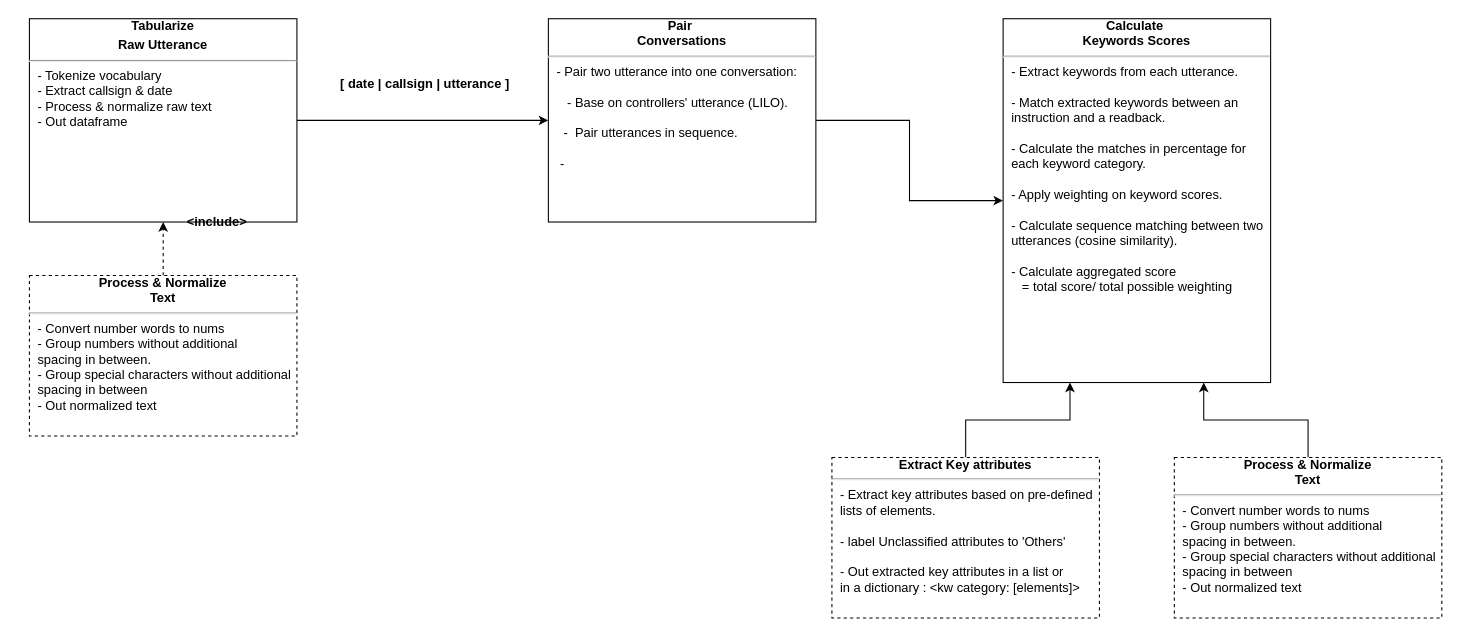
This is Untitled Diagram.drawio from xiaochen93/xiaochen93, a draw.io file, before an edit. Source tidied: cells renumbered, new cells numbered last; positions are measured from the earlier drawing's top-left corner, leaving out a move shared by most shapes. Both pictures are drawn from the tidied source at 107%, with x=0, y=0 at pixel (29, 18).
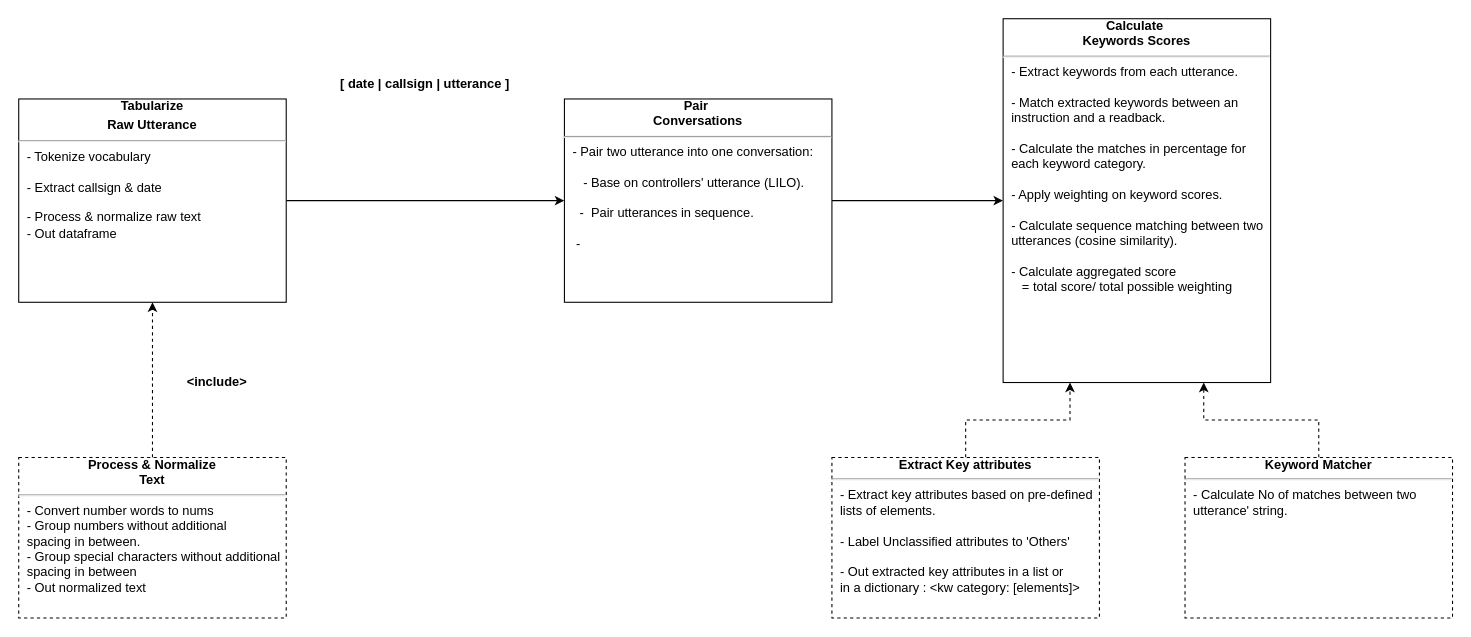
The same diagram, later.

Diff of the diagram source:
```diff
@@
 <mxGraphModel>
   <root>
     <mxCell id="0" />
     <mxCell id="1" parent="0" />
     <mxCell id="2" style="edgeStyle=orthogonalEdgeStyle;rounded=0;jettySize=auto;html=1;entryX=0;entryY=0.5;entryDx=0;entryDy=0;" parent="1" edge="1" source="3" target="8">
       <mxGeometry relative="1" as="geometry" />
     </mxCell>
-    <mxCell id="3" value="&lt;div style=&quot;text-align: center&quot;&gt;&lt;span&gt;&lt;b&gt;Tabularize&lt;/b&gt;&lt;/span&gt;&lt;/div&gt;&lt;p style=&quot;margin: 4px 0px 0px ; text-align: center&quot;&gt;&lt;b&gt;Raw Utterance&lt;/b&gt;&lt;/p&gt;&lt;hr&gt;&lt;p style=&quot;margin: 0px ; margin-left: 8px&quot;&gt;- Tokenize vocabulary&lt;/p&gt;&lt;p style=&quot;margin: 0px ; margin-left: 8px&quot;&gt;- Extract callsign &amp;amp; date&amp;nbsp;&lt;br&gt;- Process &amp;amp; normalize raw text&lt;/p&gt;&lt;p style=&quot;margin: 0px ; margin-left: 8px&quot;&gt;- Out dataframe&lt;br&gt;&lt;/p&gt;" style="verticalAlign=middle;align=left;overflow=fill;fontSize=12;fontFamily=Helvetica;html=1;" parent="1" vertex="1">
-      <mxGeometry width="250" height="190" as="geometry" />
+    <mxCell id="3" value="&lt;div style=&quot;text-align: center&quot;&gt;&lt;span&gt;&lt;b&gt;Tabularize&lt;/b&gt;&lt;/span&gt;&lt;/div&gt;&lt;p style=&quot;margin: 4px 0px 0px ; text-align: center&quot;&gt;&lt;b&gt;Raw Utterance&lt;/b&gt;&lt;/p&gt;&lt;hr&gt;&lt;p style=&quot;margin: 0px ; margin-left: 8px&quot;&gt;- Tokenize vocabulary&lt;/p&gt;&lt;p style=&quot;margin: 0px ; margin-left: 8px&quot;&gt;&lt;br&gt;&lt;/p&gt;&lt;p style=&quot;margin: 0px ; margin-left: 8px&quot;&gt;- Extract callsign &amp;amp; date&amp;nbsp;&lt;/p&gt;&lt;p style=&quot;margin: 0px ; margin-left: 8px&quot;&gt;&lt;br&gt;- Process &amp;amp; normalize raw text&lt;/p&gt;&lt;p style=&quot;margin: 0px ; margin-left: 8px&quot;&gt;- Out dataframe&lt;br&gt;&lt;/p&gt;" style="verticalAlign=middle;align=left;overflow=fill;fontSize=12;fontFamily=Helvetica;html=1;" parent="1" vertex="1">
+      <mxGeometry x="-10" y="75" width="250" height="190" as="geometry" />
     </mxCell>
     <mxCell id="4" style="edgeStyle=orthogonalEdgeStyle;rounded=0;jettySize=auto;html=1;entryX=0.5;entryY=1;entryDx=0;entryDy=0;dashed=1;" parent="1" edge="1" source="5" target="3">
       <mxGeometry relative="1" as="geometry" />
     </mxCell>
     <mxCell id="5" value="&lt;div style=&quot;text-align: center&quot;&gt;&lt;b&gt;Process &amp;amp; Normalize&lt;/b&gt;&lt;/div&gt;&lt;div style=&quot;text-align: center&quot;&gt;&lt;b&gt;Text&lt;/b&gt;&lt;/div&gt;&lt;hr&gt;&lt;p style=&quot;margin: 0px ; margin-left: 8px&quot;&gt;- Convert number words to nums&lt;/p&gt;&lt;p style=&quot;margin: 0px ; margin-left: 8px&quot;&gt;- Group numbers without additional&amp;nbsp;&lt;/p&gt;&lt;p style=&quot;margin: 0px ; margin-left: 8px&quot;&gt;spacing&amp;nbsp;&lt;span&gt;in between.&lt;/span&gt;&lt;/p&gt;&lt;p style=&quot;margin: 0px ; margin-left: 8px&quot;&gt;- Group special characters without additional&lt;/p&gt;&lt;p style=&quot;margin: 0px ; margin-left: 8px&quot;&gt;spacing in between&lt;/p&gt;&lt;p style=&quot;margin: 0px ; margin-left: 8px&quot;&gt;- Out normalized text&lt;/p&gt;" style="verticalAlign=top;align=left;overflow=fill;fontSize=12;fontFamily=Helvetica;html=1;dashed=1;" parent="1" vertex="1">
-      <mxGeometry y="240" width="250" height="150" as="geometry" />
+      <mxGeometry x="-10" y="410" width="250" height="150" as="geometry" />
     </mxCell>
     <mxCell id="6" value="&amp;lt;include&amp;gt;" style="text;html=1;align=center;verticalAlign=middle;strokeColor=none;fillColor=none;fontStyle=1;" parent="1" vertex="1">
-      <mxGeometry x="140" y="180" width="70" height="20" as="geometry" />
+      <mxGeometry x="140" y="330" width="70" height="20" as="geometry" />
     </mxCell>
     <mxCell id="7" style="edgeStyle=orthogonalEdgeStyle;rounded=0;jettySize=auto;html=1;entryX=0;entryY=0.5;entryDx=0;entryDy=0;" parent="1" edge="1" source="8" target="10">
       <mxGeometry relative="1" as="geometry" />
     </mxCell>
     <mxCell id="8" value="&lt;div style=&quot;text-align: center&quot;&gt;&lt;b&gt;Pair&amp;nbsp;&lt;/b&gt;&lt;/div&gt;&lt;div style=&quot;text-align: center&quot;&gt;&lt;b&gt;Conversations&lt;/b&gt;&lt;/div&gt;&lt;hr&gt;&lt;p style=&quot;margin: 0px ; margin-left: 8px&quot;&gt;&lt;span&gt;- Pair two utterance into one conversation:&lt;/span&gt;&lt;br&gt;&lt;/p&gt;&lt;p style=&quot;margin: 0px ; margin-left: 8px&quot;&gt;&lt;span&gt;&lt;br&gt;&lt;/span&gt;&lt;/p&gt;&lt;p style=&quot;margin: 0px ; margin-left: 8px&quot;&gt;&amp;nbsp; &amp;nbsp;- Base on controllers' utterance (LILO).&lt;span&gt;&lt;br&gt;&lt;/span&gt;&lt;/p&gt;&lt;p style=&quot;margin: 0px ; margin-left: 8px&quot;&gt;&lt;br&gt;&lt;/p&gt;&lt;p style=&quot;margin: 0px ; margin-left: 8px&quot;&gt;&amp;nbsp; -&amp;nbsp; Pair utterances in sequence.&lt;/p&gt;&lt;p style=&quot;margin: 0px ; margin-left: 8px&quot;&gt;&lt;br&gt;&lt;/p&gt;&lt;p style=&quot;margin: 0px ; margin-left: 8px&quot;&gt;&amp;nbsp;-&amp;nbsp; &amp;nbsp;&lt;/p&gt;&lt;p style=&quot;margin: 0px ; margin-left: 8px&quot;&gt;&lt;br&gt;&lt;/p&gt;" style="verticalAlign=middle;align=left;overflow=fill;fontSize=12;fontFamily=Helvetica;html=1;" parent="1" vertex="1">
-      <mxGeometry x="485" width="250" height="190" as="geometry" />
+      <mxGeometry x="500" y="75" width="250" height="190" as="geometry" />
     </mxCell>
     <mxCell id="9" value="[ date | callsign | utterance ]&amp;nbsp;" style="text;html=1;align=center;verticalAlign=middle;strokeColor=none;fillColor=none;fontStyle=1;" parent="1" vertex="1">
       <mxGeometry x="281" y="51" width="180" height="20" as="geometry" />
     </mxCell>
     <mxCell id="10" value="&lt;div style=&quot;text-align: center&quot;&gt;&lt;b&gt;Calculate&amp;nbsp;&lt;/b&gt;&lt;/div&gt;&lt;div style=&quot;text-align: center&quot;&gt;&lt;b&gt;Keywords Scores&lt;/b&gt;&lt;/div&gt;&lt;hr&gt;&lt;p style=&quot;margin: 0px ; margin-left: 8px&quot;&gt;- Extract keywords from each utterance.&lt;/p&gt;&lt;p style=&quot;margin: 0px ; margin-left: 8px&quot;&gt;&lt;br&gt;&lt;/p&gt;&lt;p style=&quot;margin: 0px ; margin-left: 8px&quot;&gt;- Match extracted keywords between an&amp;nbsp;&lt;/p&gt;&lt;p style=&quot;margin: 0px ; margin-left: 8px&quot;&gt;instruction&amp;nbsp;&lt;span&gt;and a readback.&lt;/span&gt;&lt;/p&gt;&lt;p style=&quot;margin: 0px ; margin-left: 8px&quot;&gt;&lt;span&gt;&lt;br&gt;&lt;/span&gt;&lt;/p&gt;&lt;p style=&quot;margin: 0px ; margin-left: 8px&quot;&gt;&lt;span&gt;- Calculate the matches in percentage for&amp;nbsp;&lt;/span&gt;&lt;/p&gt;&lt;p style=&quot;margin: 0px ; margin-left: 8px&quot;&gt;&lt;span&gt;each keyword category.&lt;/span&gt;&lt;/p&gt;&lt;p style=&quot;margin: 0px ; margin-left: 8px&quot;&gt;&lt;span&gt;&lt;br&gt;&lt;/span&gt;&lt;/p&gt;&lt;p style=&quot;margin: 0px ; margin-left: 8px&quot;&gt;&lt;span&gt;- Apply weighting on keyword scores.&lt;/span&gt;&lt;/p&gt;&lt;p style=&quot;margin: 0px ; margin-left: 8px&quot;&gt;&lt;span&gt;&lt;br&gt;&lt;/span&gt;&lt;/p&gt;&lt;p style=&quot;margin: 0px ; margin-left: 8px&quot;&gt;&lt;span&gt;- Calculate sequence matching between two&lt;/span&gt;&lt;/p&gt;&lt;p style=&quot;margin: 0px ; margin-left: 8px&quot;&gt;&lt;span&gt;utterances (cosine similarity).&lt;/span&gt;&lt;/p&gt;&lt;p style=&quot;margin: 0px ; margin-left: 8px&quot;&gt;&lt;span&gt;&lt;br&gt;&lt;/span&gt;&lt;/p&gt;&lt;p style=&quot;margin: 0px ; margin-left: 8px&quot;&gt;&lt;span&gt;- Calculate aggregated score&amp;nbsp;&lt;/span&gt;&lt;/p&gt;&lt;p style=&quot;margin: 0px ; margin-left: 8px&quot;&gt;&lt;span&gt;&amp;nbsp; &amp;nbsp;= total score/ total possible weighting&lt;/span&gt;&lt;/p&gt;&lt;p style=&quot;margin: 0px ; margin-left: 8px&quot;&gt;&lt;br&gt;&lt;/p&gt;&lt;p style=&quot;margin: 0px ; margin-left: 8px&quot;&gt;&lt;br&gt;&lt;/p&gt;" style="verticalAlign=middle;align=left;overflow=fill;fontSize=12;fontFamily=Helvetica;html=1;" parent="1" vertex="1">
       <mxGeometry x="910" width="250" height="340" as="geometry" />
     </mxCell>
-    <mxCell id="11" style="edgeStyle=orthogonalEdgeStyle;rounded=0;jettySize=auto;html=1;exitX=0.5;exitY=0;exitDx=0;exitDy=0;entryX=0.25;entryY=1;entryDx=0;entryDy=0;" parent="1" edge="1" source="12" target="10">
+    <mxCell id="11" style="edgeStyle=orthogonalEdgeStyle;rounded=0;jettySize=auto;html=1;exitX=0.5;exitY=0;exitDx=0;exitDy=0;entryX=0.25;entryY=1;entryDx=0;entryDy=0;dashed=1;" parent="1" edge="1" source="12" target="10">
       <mxGeometry relative="1" as="geometry" />
     </mxCell>
-    <mxCell id="12" value="&lt;div style=&quot;text-align: center&quot;&gt;&lt;b&gt;Extract Key attributes&lt;/b&gt;&lt;/div&gt;&lt;hr&gt;&lt;p style=&quot;margin: 0px ; margin-left: 8px&quot;&gt;- Extract key attributes based on pre-defined&lt;/p&gt;&lt;p style=&quot;margin: 0px ; margin-left: 8px&quot;&gt;lists of elements.&amp;nbsp;&lt;/p&gt;&lt;p style=&quot;margin: 0px ; margin-left: 8px&quot;&gt;&lt;br&gt;&lt;/p&gt;&lt;p style=&quot;margin: 0px ; margin-left: 8px&quot;&gt;- label Unclassified attributes to 'Others'&amp;nbsp;&lt;/p&gt;&lt;p style=&quot;margin: 0px ; margin-left: 8px&quot;&gt;&lt;br&gt;&lt;/p&gt;&lt;p style=&quot;margin: 0px ; margin-left: 8px&quot;&gt;- Out extracted key attributes in a list or&amp;nbsp;&lt;/p&gt;&lt;p style=&quot;margin: 0px ; margin-left: 8px&quot;&gt;in a dictionary : &amp;lt;kw category: [elements]&amp;gt;&lt;/p&gt;" style="verticalAlign=top;align=left;overflow=fill;fontSize=12;fontFamily=Helvetica;html=1;dashed=1;" parent="1" vertex="1">
+    <mxCell id="12" value="&lt;div style=&quot;text-align: center&quot;&gt;&lt;b&gt;Extract Key attributes&lt;/b&gt;&lt;/div&gt;&lt;hr&gt;&lt;p style=&quot;margin: 0px ; margin-left: 8px&quot;&gt;- Extract key attributes based on pre-defined&lt;/p&gt;&lt;p style=&quot;margin: 0px ; margin-left: 8px&quot;&gt;lists of elements.&amp;nbsp;&lt;/p&gt;&lt;p style=&quot;margin: 0px ; margin-left: 8px&quot;&gt;&lt;br&gt;&lt;/p&gt;&lt;p style=&quot;margin: 0px ; margin-left: 8px&quot;&gt;- Label Unclassified attributes to 'Others'&amp;nbsp;&lt;/p&gt;&lt;p style=&quot;margin: 0px ; margin-left: 8px&quot;&gt;&lt;br&gt;&lt;/p&gt;&lt;p style=&quot;margin: 0px ; margin-left: 8px&quot;&gt;- Out extracted key attributes in a list or&amp;nbsp;&lt;/p&gt;&lt;p style=&quot;margin: 0px ; margin-left: 8px&quot;&gt;in a dictionary : &amp;lt;kw category: [elements]&amp;gt;&lt;/p&gt;" style="verticalAlign=top;align=left;overflow=fill;fontSize=12;fontFamily=Helvetica;html=1;dashed=1;" parent="1" vertex="1">
       <mxGeometry x="750" y="410" width="250" height="150" as="geometry" />
     </mxCell>
-    <mxCell id="13" style="edgeStyle=orthogonalEdgeStyle;rounded=0;jettySize=auto;html=1;exitX=0.5;exitY=0;exitDx=0;exitDy=0;entryX=0.75;entryY=1;entryDx=0;entryDy=0;" parent="1" edge="1" source="14" target="10">
+    <mxCell id="13" style="edgeStyle=orthogonalEdgeStyle;rounded=0;jettySize=auto;html=1;exitX=0.5;exitY=0;exitDx=0;exitDy=0;entryX=0.75;entryY=1;entryDx=0;entryDy=0;dashed=1;" parent="1" edge="1" source="14" target="10">
       <mxGeometry relative="1" as="geometry" />
     </mxCell>
-    <mxCell id="14" value="&lt;div style=&quot;text-align: center&quot;&gt;&lt;b&gt;Process &amp;amp; Normalize&lt;/b&gt;&lt;/div&gt;&lt;div style=&quot;text-align: center&quot;&gt;&lt;b&gt;Text&lt;/b&gt;&lt;/div&gt;&lt;hr&gt;&lt;p style=&quot;margin: 0px ; margin-left: 8px&quot;&gt;- Convert number words to nums&lt;/p&gt;&lt;p style=&quot;margin: 0px ; margin-left: 8px&quot;&gt;- Group numbers without additional&amp;nbsp;&lt;/p&gt;&lt;p style=&quot;margin: 0px ; margin-left: 8px&quot;&gt;spacing&amp;nbsp;&lt;span&gt;in between.&lt;/span&gt;&lt;/p&gt;&lt;p style=&quot;margin: 0px ; margin-left: 8px&quot;&gt;- Group special characters without additional&lt;/p&gt;&lt;p style=&quot;margin: 0px ; margin-left: 8px&quot;&gt;spacing in between&lt;/p&gt;&lt;p style=&quot;margin: 0px ; margin-left: 8px&quot;&gt;- Out normalized text&lt;/p&gt;" style="verticalAlign=top;align=left;overflow=fill;fontSize=12;fontFamily=Helvetica;html=1;dashed=1;" parent="1" vertex="1">
-      <mxGeometry x="1070" y="410" width="250" height="150" as="geometry" />
+    <mxCell id="14" value="&lt;div style=&quot;text-align: center&quot;&gt;&lt;b&gt;Keyword Matcher&lt;/b&gt;&lt;/div&gt;&lt;hr&gt;&lt;p style=&quot;margin: 0px ; margin-left: 8px&quot;&gt;- Calculate No of matches between two&amp;nbsp;&lt;/p&gt;&lt;p style=&quot;margin: 0px ; margin-left: 8px&quot;&gt;utterance' string.&lt;/p&gt;" style="verticalAlign=top;align=left;overflow=fill;fontSize=12;fontFamily=Helvetica;html=1;dashed=1;" parent="1" vertex="1">
+      <mxGeometry x="1080" y="410" width="250" height="150" as="geometry" />
     </mxCell>
   </root>
 </mxGraphModel>
```
